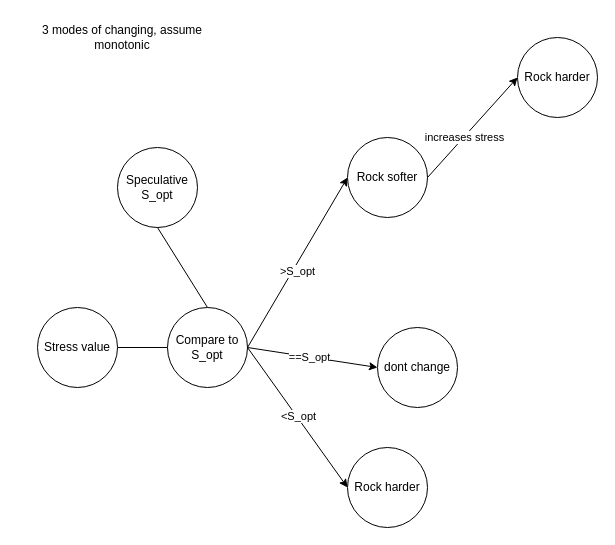
The draw.io diagram 5EWC0 Decision Making flow chart.drawio in ShiyunKong/draw.io-storage, before the edit. Source tidied: cells renumbered, new cells numbered last; positions are measured from the earlier drawing's top-left corner, leaving out a move shared by most shapes. Both pictures are drawn from the tidied source at 100%, with x=0, y=0 at pixel (17, 17).
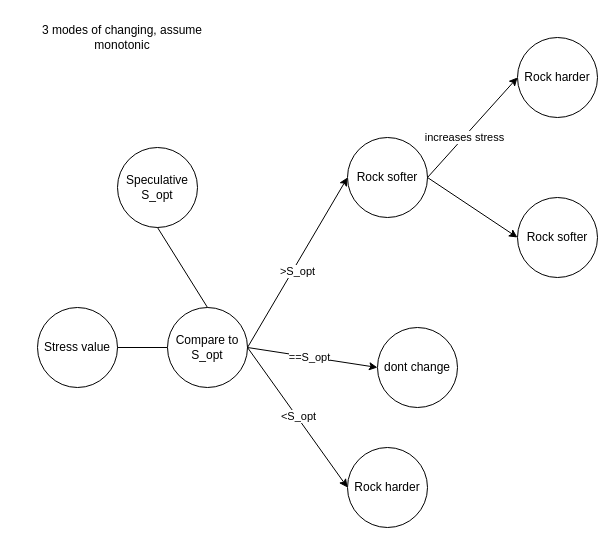
The same page after the edit.

Unchanged cells that the change refers to:
```xml
<mxCell id="13" value="Rock softer" style="ellipse;whiteSpace=wrap;html=1;" parent="1" vertex="1">
  <mxGeometry x="330" y="120" width="80" height="80" as="geometry" />
</mxCell>
```

The edit, as a diff of the source:
```diff
@@
+    <mxCell id="20" style="endArrow=classic;html=1;rounded=0;exitX=1;exitY=0.5;exitDx=0;exitDy=0;entryX=0;entryY=0.5;entryDx=0;entryDy=0;" parent="1" edge="1" source="13" target="21">
+      <mxGeometry relative="1" as="geometry" />
+    </mxCell>
+    <mxCell id="21" value="Rock softer" style="ellipse;whiteSpace=wrap;html=1;" parent="1" vertex="1">
+      <mxGeometry x="500" y="180" width="80" height="80" as="geometry" />
+    </mxCell>
```
